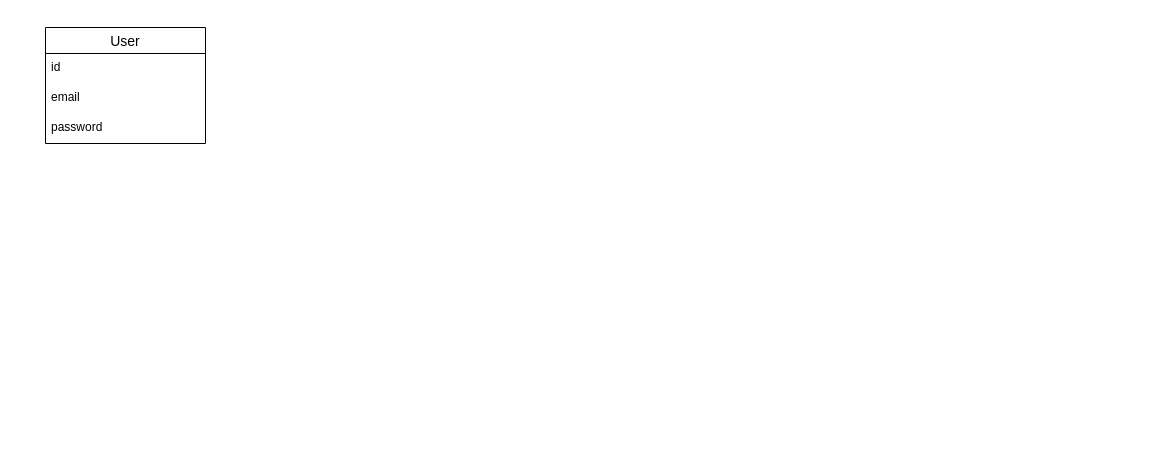
The draw.io diagram db_diagram.drawio in al7an08/online_store_project, before the edit. Source tidied: cells renumbered, new cells numbered last; positions are measured from the earlier drawing's top-left corner, leaving out a move shared by most shapes. Both pictures are drawn from the tidied source at 100%, with x=0, y=0 at pixel (45, 27).
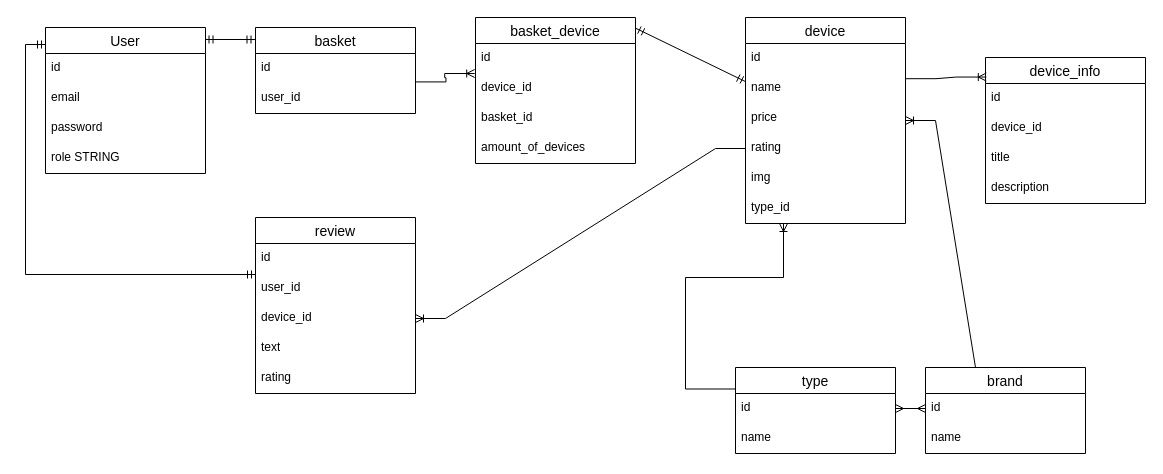
After the change.

Commit message:
diagram for bd completed

Diff of the diagram source:
```diff
@@
     <mxCell id="2" value="User" style="swimlane;fontStyle=0;horizontal=1;startSize=26;align=center;fontSize=14;" parent="1" vertex="1">
-      <mxGeometry width="160" height="116" as="geometry" />
+      <mxGeometry width="160" height="146" as="geometry" />
     </mxCell>
@@
+    <mxCell id="6" value="role STRING" style="text;strokeColor=none;fillColor=none;spacingLeft=4;spacingRight=4;overflow=hidden;fontSize=12;whiteSpace=wrap;html=1;" parent="2" vertex="1">
+      <mxGeometry y="116" width="160" height="30" as="geometry" />
+    </mxCell>
+    <mxCell id="7" value="basket" style="swimlane;fontStyle=0;horizontal=1;startSize=26;align=center;fontSize=14;" parent="1" vertex="1">
+      <mxGeometry x="210" width="160" height="86" as="geometry" />
+    </mxCell>
+    <mxCell id="8" value="id" style="text;strokeColor=none;fillColor=none;spacingLeft=4;spacingRight=4;overflow=hidden;points=[[0,0.5],[1,0.5]];portConstraint=eastwest;fontSize=12;whiteSpace=wrap;html=1;" parent="7" vertex="1">
+      <mxGeometry y="26" width="160" height="30" as="geometry" />
+    </mxCell>
+    <mxCell id="9" value="user_id" style="text;strokeColor=none;fillColor=none;spacingLeft=4;spacingRight=4;overflow=hidden;fontSize=12;whiteSpace=wrap;html=1;" parent="7" vertex="1">
+      <mxGeometry y="56" width="160" height="30" as="geometry" />
+    </mxCell>
+    <mxCell id="10" style="fontSize=12;html=1;endArrow=ERmandOne;startArrow=ERmandOne;rounded=0;exitX=0.997;exitY=0.082;exitDx=0;exitDy=0;exitPerimeter=0;entryX=-0.003;entryY=0.14;entryDx=0;entryDy=0;entryPerimeter=0;" parent="1" edge="1" source="2" target="7">
+      <mxGeometry relative="1" as="geometry" />
+    </mxCell>
+    <mxCell id="11" value="device" style="swimlane;fontStyle=0;horizontal=1;startSize=26;align=center;fontSize=14;" parent="1" vertex="1">
+      <mxGeometry x="700" y="-10" width="160" height="206" as="geometry" />
+    </mxCell>
+    <mxCell id="12" value="id" style="text;strokeColor=none;fillColor=none;spacingLeft=4;spacingRight=4;overflow=hidden;fontSize=12;whiteSpace=wrap;html=1;" parent="11" vertex="1">
+      <mxGeometry y="26" width="160" height="30" as="geometry" />
+    </mxCell>
+    <mxCell id="13" value="name" style="text;strokeColor=none;fillColor=none;spacingLeft=4;spacingRight=4;overflow=hidden;points=[[0,0.5],[1,0.5]];portConstraint=eastwest;fontSize=12;whiteSpace=wrap;html=1;" parent="11" vertex="1">
+      <mxGeometry y="56" width="160" height="30" as="geometry" />
+    </mxCell>
+    <mxCell id="14" value="price" style="text;strokeColor=none;fillColor=none;spacingLeft=4;spacingRight=4;overflow=hidden;fontSize=12;whiteSpace=wrap;html=1;" parent="11" vertex="1">
+      <mxGeometry y="86" width="160" height="30" as="geometry" />
+    </mxCell>
+    <mxCell id="15" value="rating" style="text;strokeColor=none;fillColor=none;spacingLeft=4;spacingRight=4;overflow=hidden;points=[[0,0.5],[1,0.5]];portConstraint=eastwest;fontSize=12;whiteSpace=wrap;html=1;" parent="11" vertex="1">
+      <mxGeometry y="116" width="160" height="30" as="geometry" />
+    </mxCell>
+    <mxCell id="16" value="img" style="text;strokeColor=none;fillColor=none;spacingLeft=4;spacingRight=4;overflow=hidden;fontSize=12;whiteSpace=wrap;html=1;" parent="11" vertex="1">
+      <mxGeometry y="146" width="160" height="30" as="geometry" />
+    </mxCell>
+    <mxCell id="17" value="type_id" style="text;strokeColor=none;fillColor=none;spacingLeft=4;spacingRight=4;overflow=hidden;points=[[0,0.5],[1,0.5]];portConstraint=eastwest;fontSize=12;whiteSpace=wrap;html=1;" parent="11" vertex="1">
+      <mxGeometry y="176" width="160" height="30" as="geometry" />
+    </mxCell>
+    <mxCell id="18" value="type" style="swimlane;fontStyle=0;horizontal=1;startSize=26;align=center;fontSize=14;" parent="1" vertex="1">
+      <mxGeometry x="690" y="340" width="160" height="86" as="geometry" />
+    </mxCell>
+    <mxCell id="19" value="id" style="text;strokeColor=none;fillColor=none;spacingLeft=4;spacingRight=4;overflow=hidden;points=[[0,0.5],[1,0.5]];portConstraint=eastwest;fontSize=12;whiteSpace=wrap;html=1;" parent="18" vertex="1">
+      <mxGeometry y="26" width="160" height="30" as="geometry" />
+    </mxCell>
+    <mxCell id="20" value="name" style="text;strokeColor=none;fillColor=none;spacingLeft=4;spacingRight=4;overflow=hidden;fontSize=12;whiteSpace=wrap;html=1;" parent="18" vertex="1">
+      <mxGeometry y="56" width="160" height="30" as="geometry" />
+    </mxCell>
+    <mxCell id="21" value="brand" style="swimlane;fontStyle=0;horizontal=1;startSize=26;align=center;fontSize=14;" parent="1" vertex="1">
+      <mxGeometry x="880" y="340" width="160" height="86" as="geometry" />
+    </mxCell>
+    <mxCell id="22" value="id" style="text;strokeColor=none;fillColor=none;spacingLeft=4;spacingRight=4;overflow=hidden;points=[[0,0.5],[1,0.5]];portConstraint=eastwest;fontSize=12;whiteSpace=wrap;html=1;" parent="21" vertex="1">
+      <mxGeometry y="26" width="160" height="30" as="geometry" />
+    </mxCell>
+    <mxCell id="23" value="name" style="text;strokeColor=none;fillColor=none;spacingLeft=4;spacingRight=4;overflow=hidden;fontSize=12;whiteSpace=wrap;html=1;" parent="21" vertex="1">
+      <mxGeometry y="56" width="160" height="30" as="geometry" />
+    </mxCell>
+    <mxCell id="24" style="edgeStyle=entityRelationEdgeStyle;fontSize=12;html=1;endArrow=ERoneToMany;rounded=0;exitX=0.5;exitY=0;exitDx=0;exitDy=0;" parent="1" edge="1" source="21" target="11">
+      <mxGeometry relative="1" as="geometry">
+        <Array as="points">
+          <mxPoint x="960" y="340" />
+          <mxPoint x="130" y="317" />
+        </Array>
+      </mxGeometry>
+    </mxCell>
+    <mxCell id="25" style="edgeStyle=entityRelationEdgeStyle;fontSize=12;html=1;endArrow=ERmany;startArrow=ERmany;rounded=0;exitX=1;exitY=0.5;exitDx=0;exitDy=0;entryX=0;entryY=0.5;entryDx=0;entryDy=0;" parent="1" edge="1" source="19" target="22">
+      <mxGeometry relative="1" as="geometry" />
+    </mxCell>
+    <mxCell id="26" value="device_info" style="swimlane;fontStyle=0;horizontal=1;startSize=26;align=center;fontSize=14;" parent="1" vertex="1">
+      <mxGeometry x="940" y="30" width="160" height="146" as="geometry" />
+    </mxCell>
+    <mxCell id="27" value="id" style="text;strokeColor=none;fillColor=none;spacingLeft=4;spacingRight=4;overflow=hidden;fontSize=12;whiteSpace=wrap;html=1;" parent="26" vertex="1">
+      <mxGeometry y="26" width="160" height="30" as="geometry" />
+    </mxCell>
+    <mxCell id="28" value="device_id" style="text;strokeColor=none;fillColor=none;spacingLeft=4;spacingRight=4;overflow=hidden;fontSize=12;whiteSpace=wrap;html=1;" parent="26" vertex="1">
+      <mxGeometry y="56" width="160" height="30" as="geometry" />
+    </mxCell>
+    <mxCell id="29" value="title" style="text;strokeColor=none;fillColor=none;spacingLeft=4;spacingRight=4;overflow=hidden;fontSize=12;whiteSpace=wrap;html=1;" parent="26" vertex="1">
+      <mxGeometry y="86" width="160" height="30" as="geometry" />
+    </mxCell>
+    <mxCell id="30" value="description" style="text;strokeColor=none;fillColor=none;spacingLeft=4;spacingRight=4;overflow=hidden;fontSize=12;whiteSpace=wrap;html=1;" parent="26" vertex="1">
+      <mxGeometry y="116" width="160" height="30" as="geometry" />
+    </mxCell>
+    <mxCell id="31" style="edgeStyle=entityRelationEdgeStyle;fontSize=12;html=1;endArrow=ERoneToMany;rounded=0;entryX=0.005;entryY=0.134;entryDx=0;entryDy=0;entryPerimeter=0;exitX=1.003;exitY=0.173;exitDx=0;exitDy=0;exitPerimeter=0;" parent="1" edge="1" source="13" target="26">
+      <mxGeometry relative="1" as="geometry">
+        <Array as="points">
+          <mxPoint x="401" y="180" />
+          <mxPoint x="410" y="170" />
+          <mxPoint x="410" y="160" />
+        </Array>
+      </mxGeometry>
+    </mxCell>
+    <mxCell id="32" value="basket_device" style="swimlane;fontStyle=0;horizontal=1;startSize=26;align=center;fontSize=14;" parent="1" vertex="1">
+      <mxGeometry x="430" y="-10" width="160" height="146" as="geometry" />
+    </mxCell>
+    <mxCell id="33" value="id" style="text;strokeColor=none;fillColor=none;spacingLeft=4;spacingRight=4;overflow=hidden;fontSize=12;whiteSpace=wrap;html=1;" parent="32" vertex="1">
+      <mxGeometry y="26" width="160" height="30" as="geometry" />
+    </mxCell>
+    <mxCell id="34" value="device_id" style="text;strokeColor=none;fillColor=none;spacingLeft=4;spacingRight=4;overflow=hidden;points=[[0,0.5],[1,0.5]];portConstraint=eastwest;fontSize=12;whiteSpace=wrap;html=1;" parent="32" vertex="1">
+      <mxGeometry y="56" width="160" height="30" as="geometry" />
+    </mxCell>
+    <mxCell id="35" value="basket_id" style="text;strokeColor=none;fillColor=none;spacingLeft=4;spacingRight=4;overflow=hidden;fontSize=12;whiteSpace=wrap;html=1;" parent="32" vertex="1">
+      <mxGeometry y="86" width="160" height="30" as="geometry" />
+    </mxCell>
+    <mxCell id="36" value="amount_of_devices" style="text;strokeColor=none;fillColor=none;spacingLeft=4;spacingRight=4;overflow=hidden;fontSize=12;whiteSpace=wrap;html=1;" parent="32" vertex="1">
+      <mxGeometry y="116" width="160" height="30" as="geometry" />
+    </mxCell>
+    <mxCell id="37" style="edgeStyle=entityRelationEdgeStyle;fontSize=12;html=1;endArrow=ERoneToMany;rounded=0;exitX=1.003;exitY=0.947;exitDx=0;exitDy=0;exitPerimeter=0;entryX=-0.005;entryY=0;entryDx=0;entryDy=0;entryPerimeter=0;" parent="1" edge="1" source="8" target="34">
+      <mxGeometry relative="1" as="geometry" />
+    </mxCell>
+    <mxCell id="38" style="edgeStyle=orthogonalEdgeStyle;fontSize=12;html=1;endArrow=ERoneToMany;rounded=0;exitX=0;exitY=0.25;exitDx=0;exitDy=0;" parent="1" edge="1" source="18" target="17">
+      <mxGeometry relative="1" as="geometry">
+        <Array as="points">
+          <mxPoint x="640" y="362" />
+          <mxPoint x="640" y="250" />
+          <mxPoint x="738" y="250" />
+        </Array>
+      </mxGeometry>
+    </mxCell>
+    <mxCell id="39" style="fontSize=12;html=1;endArrow=ERmandOne;startArrow=ERmandOne;rounded=0;exitX=1.002;exitY=0.074;exitDx=0;exitDy=0;exitPerimeter=0;" parent="1" edge="1" source="32" target="11">
+      <mxGeometry relative="1" as="geometry" />
+    </mxCell>
+    <mxCell id="40" value="review" style="swimlane;fontStyle=0;horizontal=1;startSize=26;align=center;fontSize=14;" parent="1" vertex="1">
+      <mxGeometry x="210" y="190" width="160" height="176" as="geometry" />
+    </mxCell>
+    <mxCell id="41" value="id" style="text;strokeColor=none;fillColor=none;spacingLeft=4;spacingRight=4;overflow=hidden;fontSize=12;whiteSpace=wrap;html=1;" parent="40" vertex="1">
+      <mxGeometry y="26" width="160" height="30" as="geometry" />
+    </mxCell>
+    <mxCell id="42" value="user_id" style="text;strokeColor=none;fillColor=none;spacingLeft=4;spacingRight=4;overflow=hidden;fontSize=12;whiteSpace=wrap;html=1;" parent="40" vertex="1">
+      <mxGeometry y="56" width="160" height="30" as="geometry" />
+    </mxCell>
+    <mxCell id="43" value="device_id" style="text;strokeColor=none;fillColor=none;spacingLeft=4;spacingRight=4;overflow=hidden;points=[[0,0.5],[1,0.5]];portConstraint=eastwest;fontSize=12;whiteSpace=wrap;html=1;" parent="40" vertex="1">
+      <mxGeometry y="86" width="160" height="30" as="geometry" />
+    </mxCell>
+    <mxCell id="44" value="text" style="text;strokeColor=none;fillColor=none;spacingLeft=4;spacingRight=4;overflow=hidden;fontSize=12;whiteSpace=wrap;html=1;" parent="40" vertex="1">
+      <mxGeometry y="116" width="160" height="30" as="geometry" />
+    </mxCell>
+    <mxCell id="45" value="rating" style="text;strokeColor=none;fillColor=none;spacingLeft=4;spacingRight=4;overflow=hidden;fontSize=12;whiteSpace=wrap;html=1;" parent="40" vertex="1">
+      <mxGeometry y="146" width="160" height="30" as="geometry" />
+    </mxCell>
+    <mxCell id="46" style="edgeStyle=orthogonalEdgeStyle;fontSize=12;html=1;endArrow=ERmandOne;startArrow=ERmandOne;rounded=0;" parent="1" edge="1" target="2">
+      <mxGeometry relative="1" as="geometry">
+        <mxPoint x="210" y="247" as="sourcePoint" />
+        <Array as="points">
+          <mxPoint x="-20" y="247" />
+          <mxPoint x="-20" y="17" />
+        </Array>
+      </mxGeometry>
+    </mxCell>
+    <mxCell id="47" style="edgeStyle=entityRelationEdgeStyle;fontSize=12;html=1;endArrow=ERoneToMany;rounded=0;entryX=1;entryY=0.5;entryDx=0;entryDy=0;exitX=0;exitY=0.5;exitDx=0;exitDy=0;" parent="1" edge="1" source="15" target="43">
+      <mxGeometry relative="1" as="geometry" />
+    </mxCell>
```
